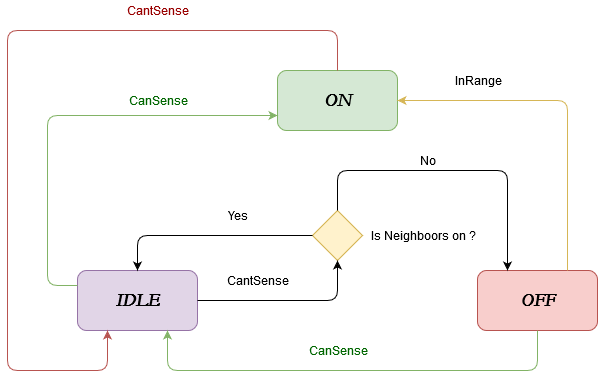
The draw.io diagram Latex/Immagini/UntitledDiagram.png in PaioPaio/IMM-Sensors-Network, before a commit. Source tidied: cells renumbered, new cells last; positions are measured from the earlier drawing's top-left corner, leaving out a move shared by most shapes.
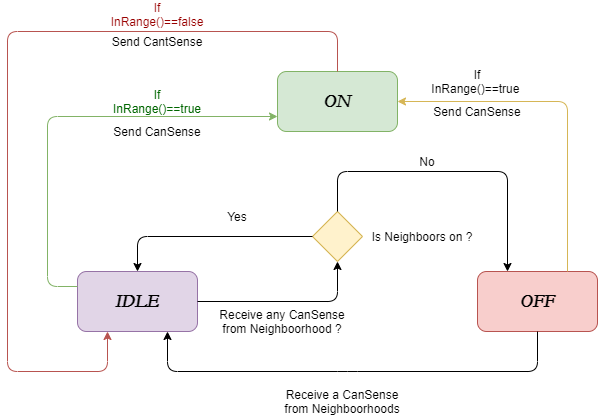
The same file after the commit.

The edit, as a diff of the source:
```diff
@@ -43,7 +43,7 @@
         </Array>
       </mxGeometry>
     </mxCell>
-    <mxCell id="10" style="endArrow=classic;html=1;entryX=0.75;entryY=1;entryDx=0;entryDy=0;exitX=0.5;exitY=1;exitDx=0;exitDy=0;fillColor=#d5e8d4;strokeColor=#82b366;" parent="1" edge="1" source="4" target="3">
+    <mxCell id="10" style="endArrow=classic;html=1;entryX=0.75;entryY=1;entryDx=0;entryDy=0;exitX=0.5;exitY=1;exitDx=0;exitDy=0;fillColor=#d5e8d4;strokeColor=#000000;" parent="1" edge="1" source="4" target="3">
       <mxGeometry relative="1" as="geometry">
         <Array as="points">
           <mxPoint x="530" y="370" />
@@ -79,20 +79,20 @@
     <mxCell id="15" value="&lt;font face=&quot;Garamond&quot;&gt;&lt;b&gt;&lt;i&gt;&lt;font style=&quot;font-size: 18px&quot;&gt;OFF&lt;/font&gt;&lt;/i&gt;&lt;/b&gt;&lt;/font&gt;" style="text;html=1;strokeColor=none;fillColor=none;align=center;verticalAlign=middle;whiteSpace=wrap;rounded=0;" parent="1" vertex="1">
       <mxGeometry x="510" y="290" width="40" height="20" as="geometry" />
     </mxCell>
-    <mxCell id="16" value="InRange " style="text;html=1;strokeColor=none;fillColor=none;align=center;verticalAlign=middle;whiteSpace=wrap;rounded=0;" parent="1" vertex="1">
+    <mxCell id="16" value="If&lt;br&gt;InRange()==true&amp;nbsp;" style="text;html=1;strokeColor=none;fillColor=none;align=center;verticalAlign=middle;whiteSpace=wrap;rounded=0;" parent="1" vertex="1">
       <mxGeometry x="450" y="70" width="40" height="20" as="geometry" />
     </mxCell>
-    <mxCell id="17" value="&lt;font color=&quot;#006600&quot;&gt;CanSense&lt;/font&gt;" style="text;html=1;strokeColor=none;fillColor=none;align=center;verticalAlign=middle;whiteSpace=wrap;rounded=0;" parent="1" vertex="1">
-      <mxGeometry x="310" y="340" width="40" height="20" as="geometry" />
+    <mxCell id="17" value="Receive a CanSense from Neighboorhoods" style="text;html=1;strokeColor=none;fillColor=none;align=center;verticalAlign=middle;whiteSpace=wrap;rounded=0;" parent="1" vertex="1">
+      <mxGeometry x="270" y="390" width="130" height="20" as="geometry" />
     </mxCell>
-    <mxCell id="18" value="&lt;font color=&quot;#006600&quot;&gt;CanSense&lt;/font&gt;" style="text;html=1;strokeColor=none;fillColor=none;align=center;verticalAlign=middle;whiteSpace=wrap;rounded=0;" parent="1" vertex="1">
+    <mxCell id="18" value="&lt;font color=&quot;#006600&quot;&gt;If InRange()==true&lt;/font&gt;" style="text;html=1;strokeColor=none;fillColor=none;align=center;verticalAlign=middle;whiteSpace=wrap;rounded=0;" parent="1" vertex="1">
       <mxGeometry x="130" y="90" width="40" height="20" as="geometry" />
     </mxCell>
-    <mxCell id="19" value="&lt;font face=&quot;Helvetica&quot; color=&quot;#990000&quot;&gt;CantSense&lt;/font&gt;" style="text;html=1;strokeColor=none;fillColor=none;align=center;verticalAlign=middle;whiteSpace=wrap;rounded=0;" parent="1" vertex="1">
-      <mxGeometry x="130" width="40" height="20" as="geometry" />
+    <mxCell id="19" value="&lt;font color=&quot;#990000&quot;&gt;If InRange()==false&lt;br&gt;&lt;br&gt;&lt;/font&gt;" style="text;html=1;strokeColor=none;fillColor=none;align=center;verticalAlign=middle;whiteSpace=wrap;rounded=0;" parent="1" vertex="1">
+      <mxGeometry x="130" y="10" width="40" height="20" as="geometry" />
     </mxCell>
-    <mxCell id="20" value="CantSense" style="text;html=1;strokeColor=none;fillColor=none;align=center;verticalAlign=middle;whiteSpace=wrap;rounded=0;" parent="1" vertex="1">
-      <mxGeometry x="230" y="270" width="40" height="20" as="geometry" />
+    <mxCell id="20" value="Receive any CanSense from Neighboorhood ?" style="text;html=1;strokeColor=none;fillColor=none;align=center;verticalAlign=middle;whiteSpace=wrap;rounded=0;" parent="1" vertex="1">
+      <mxGeometry x="210" y="310" width="130" height="20" as="geometry" />
     </mxCell>
     <mxCell id="21" style="edgeStyle=orthogonalEdgeStyle;rounded=0;orthogonalLoop=1;jettySize=auto;html=1;exitX=0.5;exitY=1;exitDx=0;exitDy=0;" parent="1" edge="1" source="20" target="20">
       <mxGeometry relative="1" as="geometry" />
@@ -106,5 +106,14 @@
     <mxCell id="24" value="Yes" style="text;html=1;strokeColor=none;fillColor=none;align=center;verticalAlign=middle;whiteSpace=wrap;rounded=0;" parent="1" vertex="1">
       <mxGeometry x="210" y="205" width="40" height="20" as="geometry" />
     </mxCell>
+    <mxCell id="25" value="Send CanSense" style="text;html=1;strokeColor=none;fillColor=none;align=center;verticalAlign=middle;whiteSpace=wrap;rounded=0;" parent="1" vertex="1">
+      <mxGeometry x="100" y="120" width="100" height="20" as="geometry" />
+    </mxCell>
+    <mxCell id="26" value="Send CantSense" style="text;html=1;strokeColor=none;fillColor=none;align=center;verticalAlign=middle;whiteSpace=wrap;rounded=0;" parent="1" vertex="1">
+      <mxGeometry x="100" y="30" width="100" height="20" as="geometry" />
+    </mxCell>
+    <mxCell id="27" value="Send CanSense" style="text;html=1;strokeColor=none;fillColor=none;align=center;verticalAlign=middle;whiteSpace=wrap;rounded=0;" parent="1" vertex="1">
+      <mxGeometry x="420" y="100" width="100" height="20" as="geometry" />
+    </mxCell>
   </root>
 </mxGraphModel>
```
